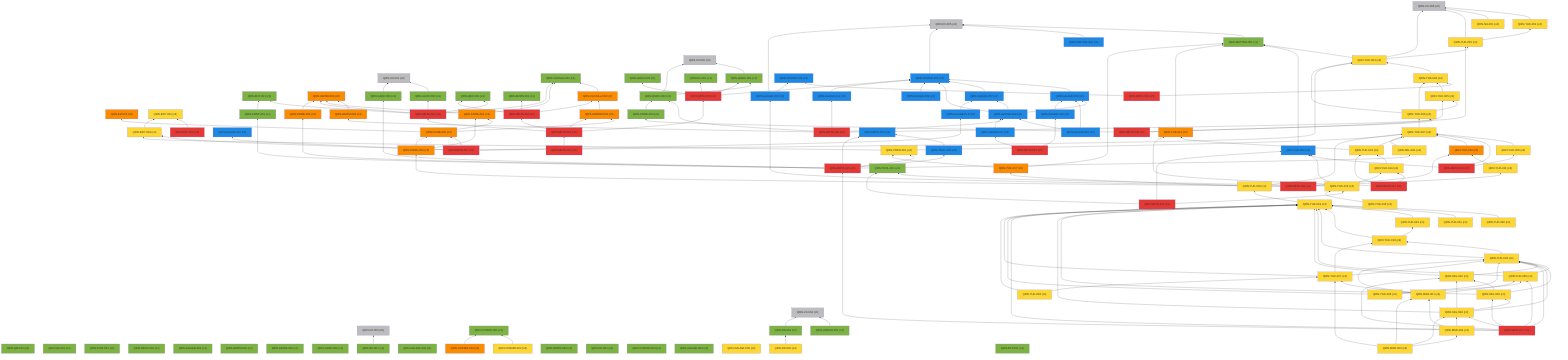
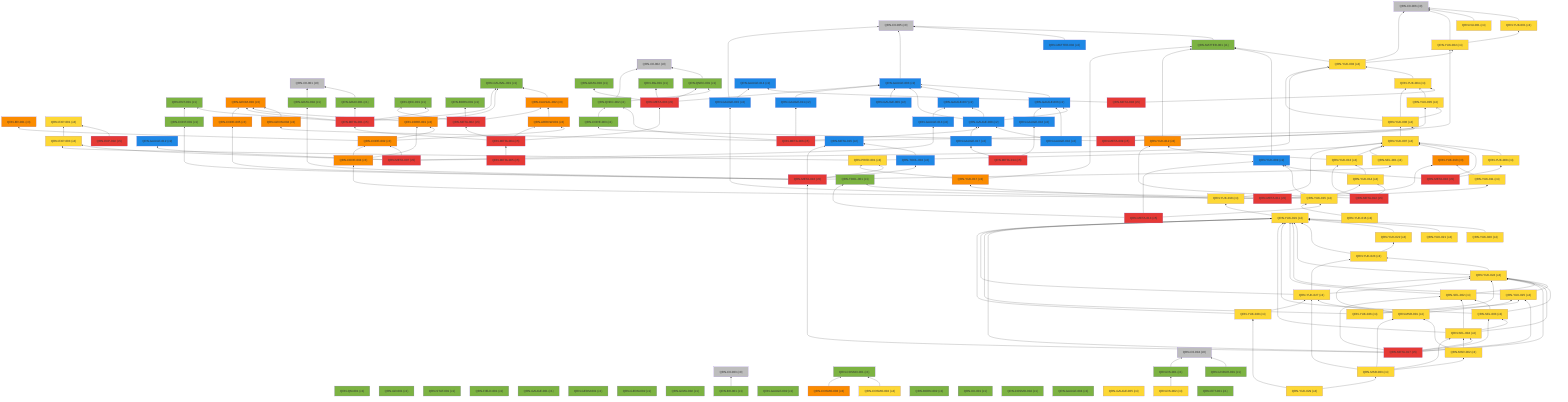
%% 自動生成 (dag/report.pl) — QRN 主張依存グラフ
graph BT
  QRN_C0_001["QRN-C0-001 (c0)"]:::c0
  QRN_C0_002["QRN-C0-002 (c0)"]:::c0
  QRN_C0_003["QRN-C0-003 (c0)"]:::c0
  QRN_C0_004["QRN-C0-004 (c0)"]:::c0
  QRN_C0_005["QRN-C0-005 (c0)"]:::c0
  QRN_C0_006["QRN-C0-006 (c0)"]:::c0
  QRN_QM_001["QRN-QM-001 (c1)"]:::c1
  QRN_GR_001["QRN-GR-001 (c1)"]:::c1
  QRN_STAT_001["QRN-STAT-001 (c1)"]:::c1
  QRN_FIELD_001["QRN-FIELD-001 (c1)"]:::c1
  QRN_GAUGE_001["QRN-GAUGE-001 (c1)"]:::c1
  QRN_ENT_001["QRN-ENT-001 (c1)"]:::c1
  QRN_GEOM_001["QRN-GEOM-001 (c1)"]:::c1
  QRN_GEOM_002["QRN-GEOM-002 (c1)"]:::c1
  QRN_GEOM_003["QRN-GEOM-003 (c3)"]:::c3
  QRN_GRAV_001["QRN-GRAV-001 (c1)"]:::c1
  QRN_GRAV_002["QRN-GRAV-002 (c1)"]:::c1
  QRN_BH_001["QRN-BH-001 (c1)"]:::c1
  QRN_CAUSAL_001["QRN-CAUSAL-001 (c1)"]:::c1
  QRN_CAUSAL_002["QRN-CAUSAL-002 (c3)"]:::c3
  QRN_ER_001["QRN-ER-001 (c3)"]:::c3
  QRN_QEC_001["QRN-QEC-001 (c1)"]:::c1
  QRN_GAUGE_002["QRN-GAUGE-002 (c1)"]:::c1
  QRN_COSMO_001["QRN-COSMO-001 (c1)"]:::c1
  QRN_COSMO_002["QRN-COSMO-002 (c4)"]:::c4
  QRN_COSMO_003["QRN-COSMO-003 (c3)"]:::c3
  QRN_BORN_001["QRN-BORN-001 (c1)"]:::c1
  QRN_BORN_002["QRN-BORN-002 (c1)"]:::c1
  QRN_GRAV_003["QRN-GRAV-003 (c1)"]:::c1
  QRN_KK_001["QRN-KK-001 (c1)"]:::c1
  QRN_MATTER_001["QRN-MATTER-001 (c1)"]:::c1
  QRN_MATTER_002["QRN-MATTER-002 (c2)"]:::c2
  QRN_COSMO_004["QRN-COSMO-004 (c1)"]:::c1
  QRN_EXP_001["QRN-EXP-001 (c4)"]:::c4
  QRN_GAUGE_003["QRN-GAUGE-003 (c2)"]:::c2
  QRN_GAUGE_004["QRN-GAUGE-004 (c1)"]:::c1
  QRN_GAUGE_005["QRN-GAUGE-005 (c4)"]:::c4
  QRN_YUK_001["QRN-YUK-001 (c4)"]:::c4
  QRN_RG_001["QRN-RG-001 (c1)"]:::c1
  QRN_UNRUH_001["QRN-UNRUH-001 (c1)"]:::c1
  QRN_QNEC_001["QRN-QNEC-001 (c1)"]:::c1
  QRN_NU_001["QRN-NU-001 (c4)"]:::c4
  QRN_GAUGE_006["QRN-GAUGE-006 (c2)"]:::c2
  QRN_DS_001["QRN-DS-001 (c1)"]:::c1
  QRN_DS_002["QRN-DS-002 (c4)"]:::c4
  QRN_ARROW_001["QRN-ARROW-001 (c3)"]:::c3
  QRN_GAUGE_007["QRN-GAUGE-007 (c2)"]:::c2
  QRN_EFT_001["QRN-EFT-001 (c1)"]:::c1
  QRN_GAUGE_008["QRN-GAUGE-008 (c2)"]:::c2
  QRN_GAUGE_009["QRN-GAUGE-009 (c2)"]:::c2
  QRN_GAUGE_010["QRN-GAUGE-010 (c2)"]:::c2
  QRN_QNEC_002["QRN-QNEC-002 (c1)"]:::c1
  QRN_GEOM_004["QRN-GEOM-004 (c3)"]:::c3
  QRN_YUK_002["QRN-YUK-002 (c4)"]:::c4
  QRN_EXP_002["QRN-EXP-002 (c5)"]:::c5
  QRN_CORE_001["QRN-CORE-001 (c3)"]:::c3
  QRN_GAUGE_011["QRN-GAUGE-011 (c2)"]:::c2
  QRN_GAUGE_012["QRN-GAUGE-012 (c2)"]:::c2
  QRN_YUK_003["QRN-YUK-003 (c4)"]:::c4
  QRN_EXP_003["QRN-EXP-003 (c4)"]:::c4
  QRN_CORE_002["QRN-CORE-002 (c3)"]:::c3
  QRN_GAUGE_013["QRN-GAUGE-013 (c2)"]:::c2
  QRN_YUK_004["QRN-YUK-004 (c4)"]:::c4
  QRN_GAUGE_014["QRN-GAUGE-014 (c2)"]:::c2
  QRN_META_001["QRN-META-001 (c5)"]:::c5
  QRN_META_002["QRN-META-002 (c5)"]:::c5
  QRN_META_003["QRN-META-003 (c5)"]:::c5
  QRN_META_004["QRN-META-004 (c5)"]:::c5
  QRN_META_005["QRN-META-005 (c5)"]:::c5
  QRN_META_006["QRN-META-006 (c5)"]:::c5
  QRN_META_007["QRN-META-007 (c5)"]:::c5
  QRN_META_008["QRN-META-008 (c5)"]:::c5
  QRN_YUK_005["QRN-YUK-005 (c4)"]:::c4
  QRN_YUK_006["QRN-YUK-006 (c4)"]:::c4
  QRN_CORE_003["QRN-CORE-003 (c1)"]:::c1
  QRN_META_009["QRN-META-009 (c5)"]:::c5
  QRN_YUK_007["QRN-YUK-007 (c4)"]:::c4
  QRN_YUK_008["QRN-YUK-008 (c4)"]:::c4
  QRN_YUK_009["QRN-YUK-009 (c2)"]:::c2
  QRN_META_010["QRN-META-010 (c5)"]:::c5
  QRN_GAUGE_015["QRN-GAUGE-015 (c2)"]:::c2
  QRN_YUK_010["QRN-YUK-010 (c3)"]:::c3
  QRN_YUK_011["QRN-YUK-011 (c4)"]:::c4
  QRN_CORE_004["QRN-CORE-004 (c3)"]:::c3
  QRN_META_011["QRN-META-011 (c5)"]:::c5
  QRN_YUK_012["QRN-YUK-012 (c3)"]:::c3
  QRN_YUK_013["QRN-YUK-013 (c4)"]:::c4
  QRN_YUK_014["QRN-YUK-014 (c4)"]:::c4
  QRN_META_012["QRN-META-012 (c5)"]:::c5
  QRN_TOOL_001["QRN-TOOL-001 (c1)"]:::c1
  QRN_YUK_015["QRN-YUK-015 (c4)"]:::c4
  QRN_META_013["QRN-META-013 (c5)"]:::c5
  QRN_GAUGE_016["QRN-GAUGE-016 (c2)"]:::c2
  QRN_GAUGE_017["QRN-GAUGE-017 (c2)"]:::c2
  QRN_META_014["QRN-META-014 (c5)"]:::c5
  QRN_META_015["QRN-META-015 (c2)"]:::c2
  QRN_TOOL_002["QRN-TOOL-002 (c2)"]:::c2
  QRN_CORE_005["QRN-CORE-005 (c3)"]:::c3
  QRN_CONT_001["QRN-CONT-001 (c1)"]:::c1
  QRN_SEL_001["QRN-SEL-001 (c4)"]:::c4
  QRN_GRAV_004["QRN-GRAV-004 (c1)"]:::c1
  QRN_PRED_001["QRN-PRED-001 (c4)"]:::c4
  QRN_META_016["QRN-META-016 (c5)"]:::c5
  QRN_YUK_016["QRN-YUK-016 (c4)"]:::c4
  QRN_YUK_017["QRN-YUK-017 (c3)"]:::c3
  QRN_YUK_018["QRN-YUK-018 (c4)"]:::c4
  QRN_YUK_019["QRN-YUK-019 (c4)"]:::c4
  QRN_YUK_020["QRN-YUK-020 (c4)"]:::c4
  QRN_YUK_021["QRN-YUK-021 (c4)"]:::c4
  QRN_YUK_022["QRN-YUK-022 (c4)"]:::c4
  QRN_YUK_023["QRN-YUK-023 (c4)"]:::c4
  QRN_YUK_024["QRN-YUK-024 (c4)"]:::c4
  QRN_YUK_025["QRN-YUK-025 (c4)"]:::c4
  QRN_SEL_002["QRN-SEL-002 (c4)"]:::c4
  QRN_SEL_003["QRN-SEL-003 (c4)"]:::c4
  QRN_SEL_004["QRN-SEL-004 (c4)"]:::c4
  QRN_META_017["QRN-META-017 (c5)"]:::c5
  QRN_YUK_026["QRN-YUK-026 (c4)"]:::c4
  QRN_YUK_027["QRN-YUK-027 (c4)"]:::c4
  QRN_MSR_001["QRN-MSR-001 (c4)"]:::c4
  QRN_MSR_002["QRN-MSR-002 (c4)"]:::c4
  QRN_MSR_003["QRN-MSR-003 (c4)"]:::c4
  QRN_YUK_028["QRN-YUK-028 (c4)"]:::c4
+   QRN_YUK_029["QRN-YUK-029 (c4)"]:::c4
  QRN_GRAV_001 --> QRN_C0_001
  QRN_BH_001 --> QRN_C0_003
  QRN_CAUSAL_002 --> QRN_CAUSAL_001
  QRN_COSMO_002 --> QRN_COSMO_001
  QRN_COSMO_003 --> QRN_COSMO_001
  QRN_MATTER_001 --> QRN_C0_005
  QRN_MATTER_002 --> QRN_C0_005
  QRN_GAUGE_003 --> QRN_C0_005
  QRN_YUK_001 --> QRN_C0_006
  QRN_UNRUH_001 --> QRN_C0_004
  QRN_QNEC_001 --> QRN_C0_002
  QRN_NU_001 --> QRN_C0_006
  QRN_GAUGE_006 --> QRN_GAUGE_003
  QRN_DS_001 --> QRN_C0_004
  QRN_DS_002 --> QRN_DS_001
  QRN_ARROW_001 --> QRN_CAUSAL_002
  QRN_GAUGE_007 --> QRN_GAUGE_003
  QRN_GAUGE_008 --> QRN_GAUGE_003
  QRN_GAUGE_008 --> QRN_GAUGE_006
  QRN_GAUGE_008 --> QRN_GAUGE_007
  QRN_GAUGE_009 --> QRN_GAUGE_003
  QRN_GAUGE_010 --> QRN_GAUGE_006
  QRN_GAUGE_010 --> QRN_GAUGE_008
  QRN_QNEC_002 --> QRN_C0_002
  QRN_QNEC_002 --> QRN_QNEC_001
  QRN_GEOM_004 --> QRN_GEOM_003
  QRN_YUK_002 --> QRN_C0_006
  QRN_YUK_002 --> QRN_YUK_001
  QRN_EXP_002 --> QRN_EXP_001
  QRN_CORE_001 --> QRN_GEOM_003
  QRN_CORE_001 --> QRN_CAUSAL_001
  QRN_GAUGE_011 --> QRN_GAUGE_003
  QRN_YUK_003 --> QRN_C0_006
  QRN_YUK_003 --> QRN_MATTER_001
  QRN_YUK_003 --> QRN_YUK_002
  QRN_EXP_003 --> QRN_EXP_001
  QRN_CORE_002 --> QRN_CORE_001
  QRN_CORE_002 --> QRN_ER_001
  QRN_CORE_002 --> QRN_ARROW_001
  QRN_GAUGE_013 --> QRN_GAUGE_007
  QRN_YUK_004 --> QRN_YUK_003
  QRN_META_001 --> QRN_GEOM_003
  QRN_META_001 --> QRN_GRAV_001
  QRN_META_001 --> QRN_CAUSAL_001
  QRN_META_001 --> QRN_QEC_001
  QRN_META_001 --> QRN_ENT_001
  QRN_META_002 --> QRN_QEC_001
  QRN_META_002 --> QRN_BORN_001
  QRN_META_002 --> QRN_CAUSAL_002
  QRN_META_003 --> QRN_GAUGE_003
  QRN_META_003 --> QRN_RG_001
  QRN_META_003 --> QRN_QNEC_001
  QRN_META_003 --> QRN_GRAV_003
  QRN_META_004 --> QRN_META_001
  QRN_META_004 --> QRN_META_002
  QRN_META_004 --> QRN_META_003
  QRN_META_004 --> QRN_ARROW_001
  QRN_META_005 --> QRN_META_004
  QRN_META_006 --> QRN_GAUGE_008
  QRN_META_006 --> QRN_QNEC_002
  QRN_META_006 --> QRN_GEOM_004
  QRN_META_006 --> QRN_YUK_002
  QRN_META_006 --> QRN_GAUGE_011
  QRN_META_007 --> QRN_GAUGE_012
  QRN_META_007 --> QRN_YUK_003
  QRN_META_007 --> QRN_EXP_003
  QRN_META_007 --> QRN_CORE_002
  QRN_META_007 --> QRN_GAUGE_013
  QRN_META_008 --> QRN_YUK_004
  QRN_META_008 --> QRN_GAUGE_014
  QRN_YUK_005 --> QRN_YUK_004
  QRN_YUK_006 --> QRN_YUK_003
  QRN_YUK_006 --> QRN_YUK_004
  QRN_YUK_006 --> QRN_YUK_005
  QRN_CORE_003 --> QRN_QNEC_002
  QRN_META_009 --> QRN_YUK_005
  QRN_META_009 --> QRN_YUK_006
  QRN_META_009 --> QRN_CORE_003
  QRN_YUK_007 --> QRN_YUK_006
  QRN_YUK_008 --> QRN_YUK_007
  QRN_YUK_009 --> QRN_MATTER_001
  QRN_META_010 --> QRN_YUK_007
  QRN_META_010 --> QRN_YUK_008
  QRN_META_010 --> QRN_YUK_009
  QRN_GAUGE_015 --> QRN_C0_005
  QRN_GAUGE_015 --> QRN_GAUGE_014
  QRN_YUK_010 --> QRN_YUK_007
  QRN_YUK_011 --> QRN_YUK_010
  QRN_CORE_004 --> QRN_CORE_001
  QRN_CORE_004 --> QRN_CORE_002
  QRN_META_011 --> QRN_GAUGE_015
  QRN_META_011 --> QRN_YUK_010
  QRN_META_011 --> QRN_YUK_011
  QRN_META_011 --> QRN_CORE_004
  QRN_YUK_012 --> QRN_MATTER_001
  QRN_YUK_013 --> QRN_YUK_012
  QRN_YUK_013 --> QRN_YUK_007
  QRN_YUK_014 --> QRN_YUK_013
  QRN_META_012 --> QRN_YUK_012
  QRN_META_012 --> QRN_YUK_013
  QRN_META_012 --> QRN_YUK_014
  QRN_YUK_015 --> QRN_YUK_014
  QRN_YUK_015 --> QRN_TOOL_001
  QRN_YUK_015 --> QRN_YUK_009
  QRN_META_013 --> QRN_YUK_015
  QRN_META_013 --> QRN_TOOL_001
  QRN_META_013 --> QRN_YUK_009
  QRN_GAUGE_016 --> QRN_GAUGE_006
  QRN_GAUGE_017 --> QRN_GAUGE_008
  QRN_META_014 --> QRN_GAUGE_016
  QRN_META_014 --> QRN_GAUGE_017
  QRN_TOOL_002 --> QRN_META_015
  QRN_CORE_005 --> QRN_GEOM_003
  QRN_CONT_001 --> QRN_ENT_001
  QRN_SEL_001 --> QRN_YUK_007
  QRN_GRAV_004 --> QRN_C0_001
  QRN_PRED_001 --> QRN_YUK_007
  QRN_PRED_001 --> QRN_EXP_003
  QRN_META_016 --> QRN_META_015
  QRN_META_016 --> QRN_TOOL_002
  QRN_META_016 --> QRN_CORE_005
  QRN_META_016 --> QRN_CONT_001
  QRN_META_016 --> QRN_SEL_001
  QRN_META_016 --> QRN_GRAV_004
  QRN_META_016 --> QRN_PRED_001
  QRN_YUK_016 --> QRN_YUK_015
  QRN_YUK_017 --> QRN_MATTER_001
  QRN_YUK_017 --> QRN_PRED_001
  QRN_YUK_018 --> QRN_YUK_017
  QRN_YUK_018 --> QRN_YUK_007
  QRN_YUK_019 --> QRN_YUK_018
  QRN_YUK_020 --> QRN_YUK_019
  QRN_YUK_021 --> QRN_YUK_019
  QRN_YUK_022 --> QRN_YUK_019
  QRN_YUK_023 --> QRN_YUK_019
  QRN_YUK_023 --> QRN_YUK_022
  QRN_YUK_024 --> QRN_YUK_019
  QRN_YUK_024 --> QRN_YUK_023
  QRN_YUK_025 --> QRN_YUK_019
  QRN_YUK_025 --> QRN_YUK_024
  QRN_SEL_002 --> QRN_YUK_019
  QRN_SEL_002 --> QRN_YUK_024
  QRN_SEL_003 --> QRN_YUK_019
  QRN_SEL_003 --> QRN_YUK_024
  QRN_SEL_003 --> QRN_SEL_002
  QRN_SEL_004 --> QRN_YUK_019
  QRN_SEL_004 --> QRN_YUK_024
  QRN_SEL_004 --> QRN_SEL_002
  QRN_SEL_004 --> QRN_SEL_003
  QRN_META_017 --> QRN_META_016
  QRN_META_017 --> QRN_YUK_019
  QRN_META_017 --> QRN_YUK_024
  QRN_META_017 --> QRN_YUK_025
  QRN_META_017 --> QRN_SEL_002
  QRN_META_017 --> QRN_SEL_003
  QRN_META_017 --> QRN_SEL_004
  QRN_YUK_026 --> QRN_YUK_019
  QRN_YUK_026 --> QRN_YUK_024
  QRN_YUK_026 --> QRN_YUK_025
  QRN_YUK_027 --> QRN_YUK_019
  QRN_YUK_027 --> QRN_YUK_023
  QRN_YUK_027 --> QRN_YUK_024
  QRN_MSR_001 --> QRN_YUK_024
  QRN_MSR_001 --> QRN_YUK_025
  QRN_MSR_001 --> QRN_YUK_027
  QRN_MSR_002 --> QRN_SEL_004
  QRN_MSR_002 --> QRN_MSR_001
  QRN_MSR_003 --> QRN_MSR_001
  QRN_MSR_003 --> QRN_MSR_002
  QRN_MSR_003 --> QRN_SEL_004
  QRN_MSR_003 --> QRN_YUK_027
  QRN_YUK_028 --> QRN_YUK_019
  QRN_YUK_028 --> QRN_YUK_027
+   QRN_YUK_029 --> QRN_YUK_028
+   QRN_YUK_029 --> QRN_MSR_003
  classDef c0 fill:#bdbdbd
  classDef c1 fill:#7cb342
  classDef c2 fill:#1e88e5
  classDef c3 fill:#fb8c00
  classDef c4 fill:#fdd835
  classDef c5 fill:#e53935
